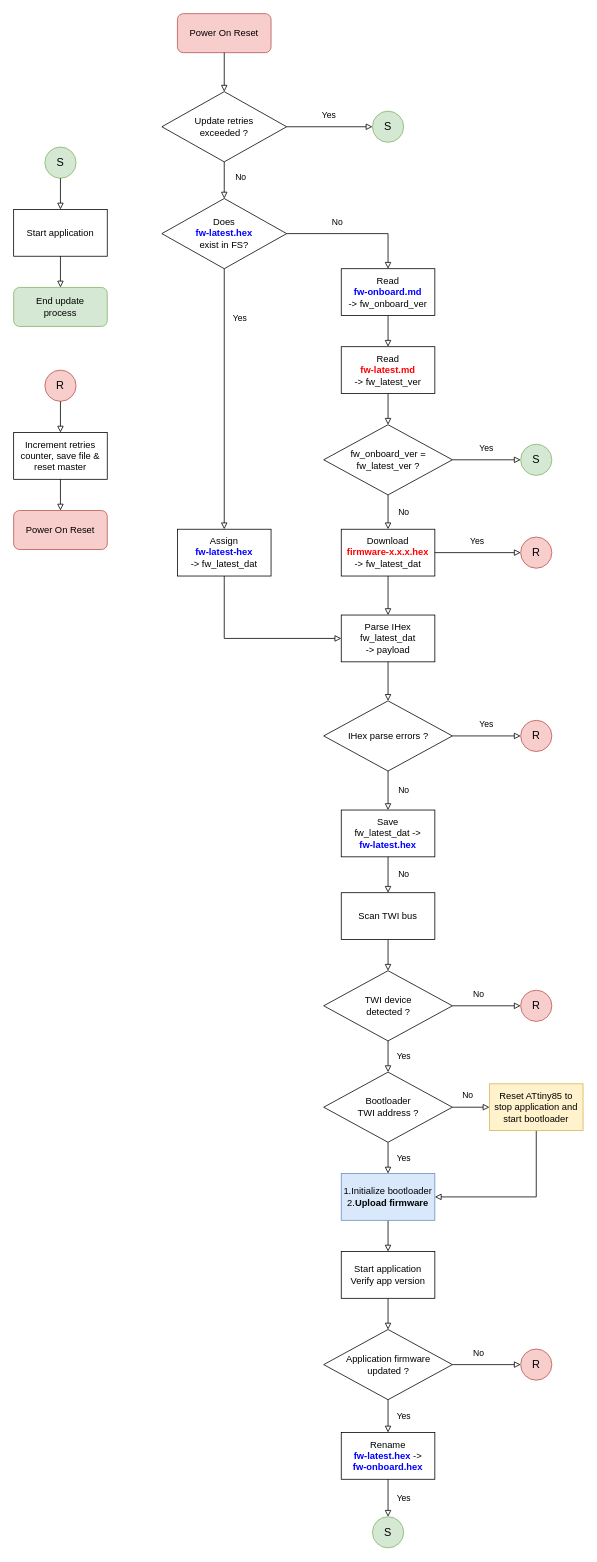
This is diagrams/Firmware-Update.drawio from casanovg/timonel-ota-demo, a draw.io file, before an edit. Source tidied: cells renumbered, new cells numbered last; positions are measured from the earlier drawing's top-left corner, leaving out a move shared by most shapes. Both pictures are drawn from the tidied source at 78%, with x=0, y=0 at pixel (13, 13).
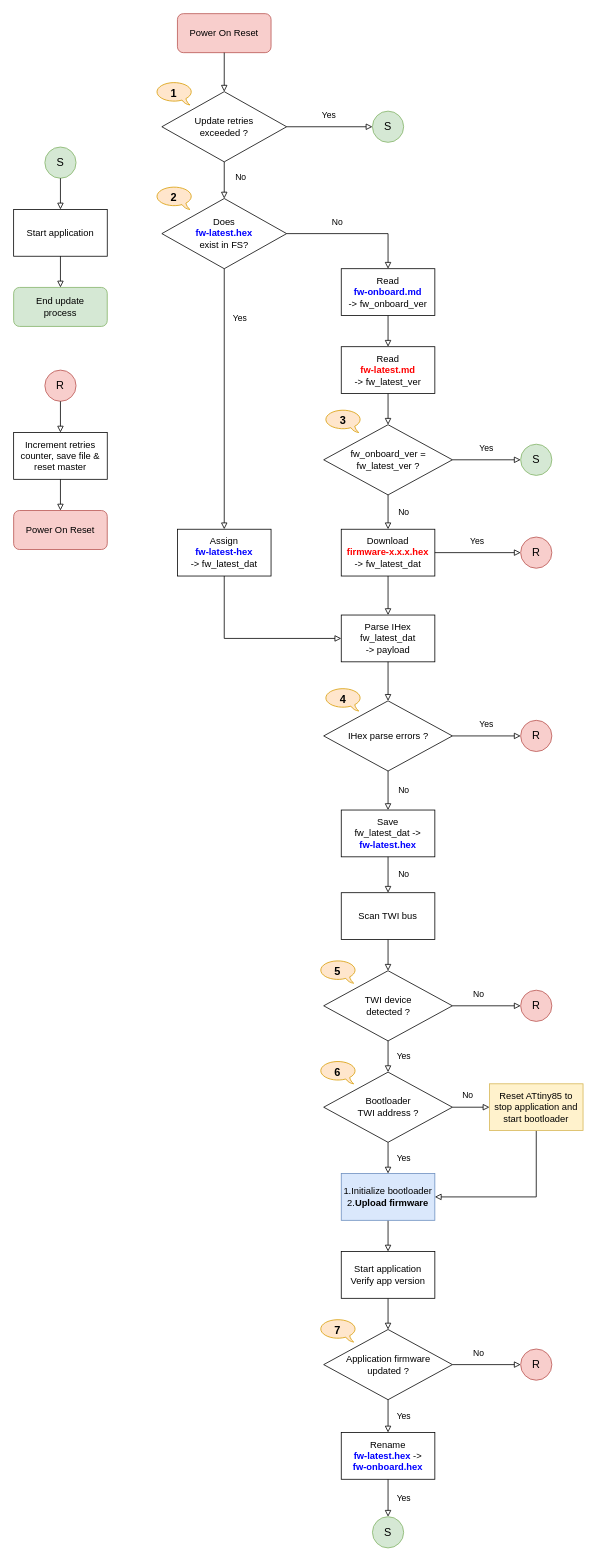
After the change.

Change to the diagram source:
```diff
@@
+    <mxCell id="65" value="&lt;b&gt;&lt;font style=&quot;font-size: 14px&quot;&gt;1&lt;/font&gt;&lt;/b&gt;" style="whiteSpace=wrap;html=1;shape=mxgraph.basic.oval_callout;flipH=1;fillColor=#ffe6cc;strokeColor=#d79b00;" parent="1" vertex="1">
+      <mxGeometry x="181" y="87" width="49" height="30" as="geometry" />
+    </mxCell>
+    <mxCell id="66" value="&lt;b&gt;&lt;font style=&quot;font-size: 14px&quot;&gt;2&lt;/font&gt;&lt;/b&gt;" style="whiteSpace=wrap;html=1;shape=mxgraph.basic.oval_callout;flipH=1;fillColor=#ffe6cc;strokeColor=#d79b00;" parent="1" vertex="1">
+      <mxGeometry x="181" y="221" width="49" height="30" as="geometry" />
+    </mxCell>
+    <mxCell id="67" value="&lt;b&gt;&lt;font style=&quot;font-size: 14px&quot;&gt;3&lt;/font&gt;&lt;/b&gt;" style="whiteSpace=wrap;html=1;shape=mxgraph.basic.oval_callout;flipH=1;fillColor=#ffe6cc;strokeColor=#d79b00;" parent="1" vertex="1">
+      <mxGeometry x="397.5" y="507" width="49" height="30" as="geometry" />
+    </mxCell>
+    <mxCell id="68" value="&lt;b&gt;&lt;font style=&quot;font-size: 14px&quot;&gt;4&lt;/font&gt;&lt;/b&gt;" style="whiteSpace=wrap;html=1;shape=mxgraph.basic.oval_callout;flipH=1;fillColor=#ffe6cc;strokeColor=#d79b00;" parent="1" vertex="1">
+      <mxGeometry x="397.5" y="864" width="49" height="30" as="geometry" />
+    </mxCell>
+    <mxCell id="69" value="&lt;b&gt;&lt;font style=&quot;font-size: 14px&quot;&gt;5&lt;/font&gt;&lt;/b&gt;" style="whiteSpace=wrap;html=1;shape=mxgraph.basic.oval_callout;flipH=1;fillColor=#ffe6cc;strokeColor=#d79b00;" parent="1" vertex="1">
+      <mxGeometry x="391" y="1213" width="49" height="30" as="geometry" />
+    </mxCell>
+    <mxCell id="70" value="&lt;b&gt;&lt;font style=&quot;font-size: 14px&quot;&gt;6&lt;/font&gt;&lt;/b&gt;" style="whiteSpace=wrap;html=1;shape=mxgraph.basic.oval_callout;flipH=1;fillColor=#ffe6cc;strokeColor=#d79b00;" parent="1" vertex="1">
+      <mxGeometry x="391" y="1342" width="49" height="30" as="geometry" />
+    </mxCell>
+    <mxCell id="71" value="&lt;b&gt;&lt;font style=&quot;font-size: 14px&quot;&gt;7&lt;/font&gt;&lt;/b&gt;" style="whiteSpace=wrap;html=1;shape=mxgraph.basic.oval_callout;flipH=1;fillColor=#ffe6cc;strokeColor=#d79b00;" parent="1" vertex="1">
+      <mxGeometry x="391" y="1673" width="49" height="30" as="geometry" />
+    </mxCell>
```
